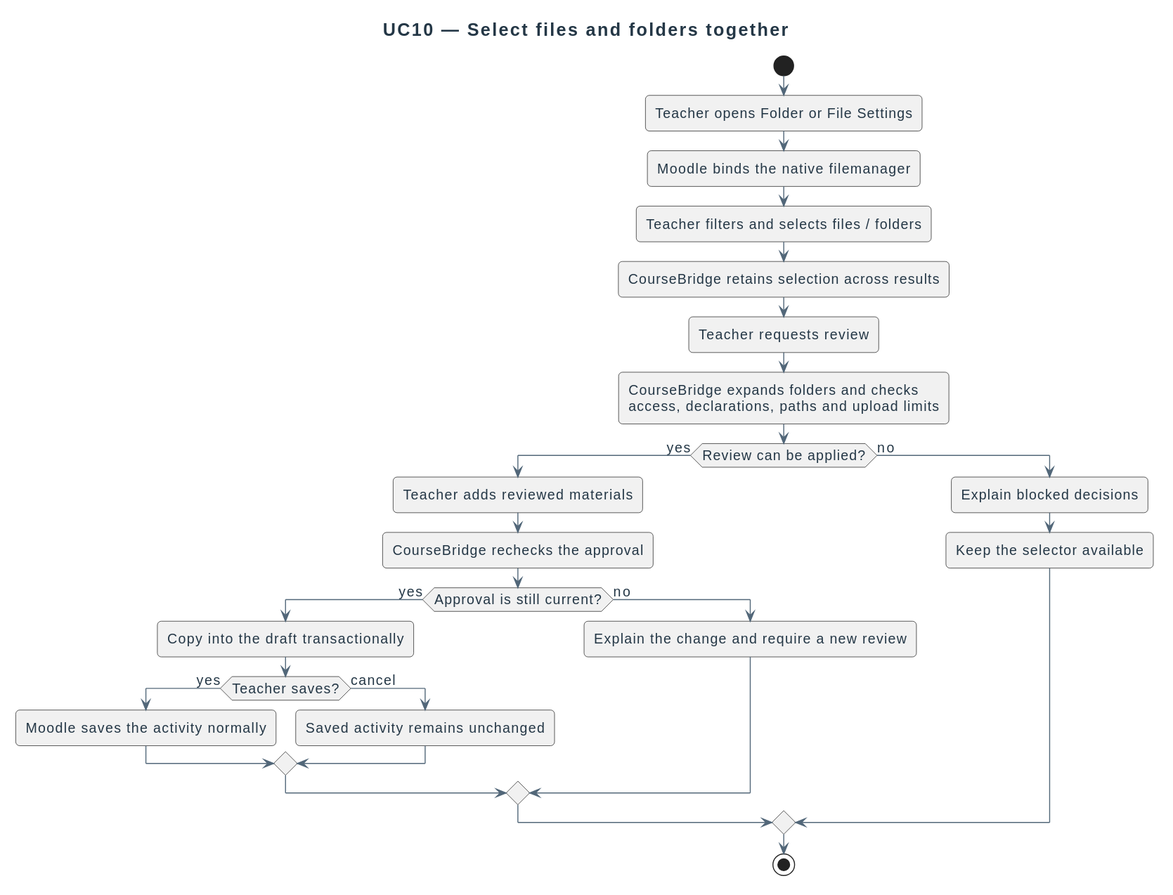
The PlantUML diagram docs/diagrams/requirements/use-case-details/uc10-select-materials.svg in didactika/moodle-local_coursefiles, before a commit.
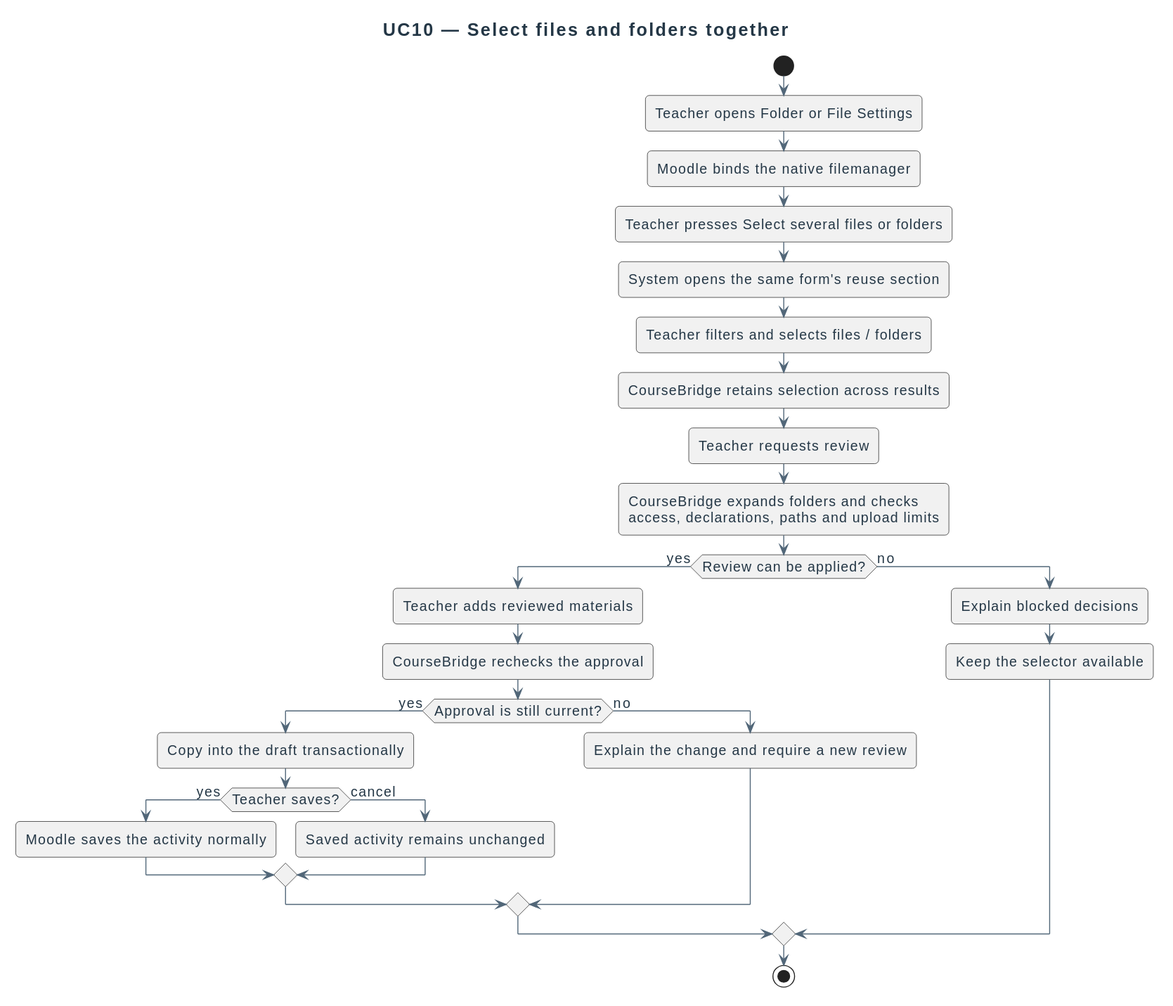
Later version of the same file.

Diff of the diagram source:
```diff
@@ -4,6 +4,8 @@
 start
 :Teacher opens Folder or File Settings;
 :Moodle binds the native filemanager;
+:Teacher presses Select several files or folders;
+:System opens the same form's reuse section;
 :Teacher filters and selects files / folders;
 :CourseBridge retains selection across results;
 :Teacher requests review;
```
